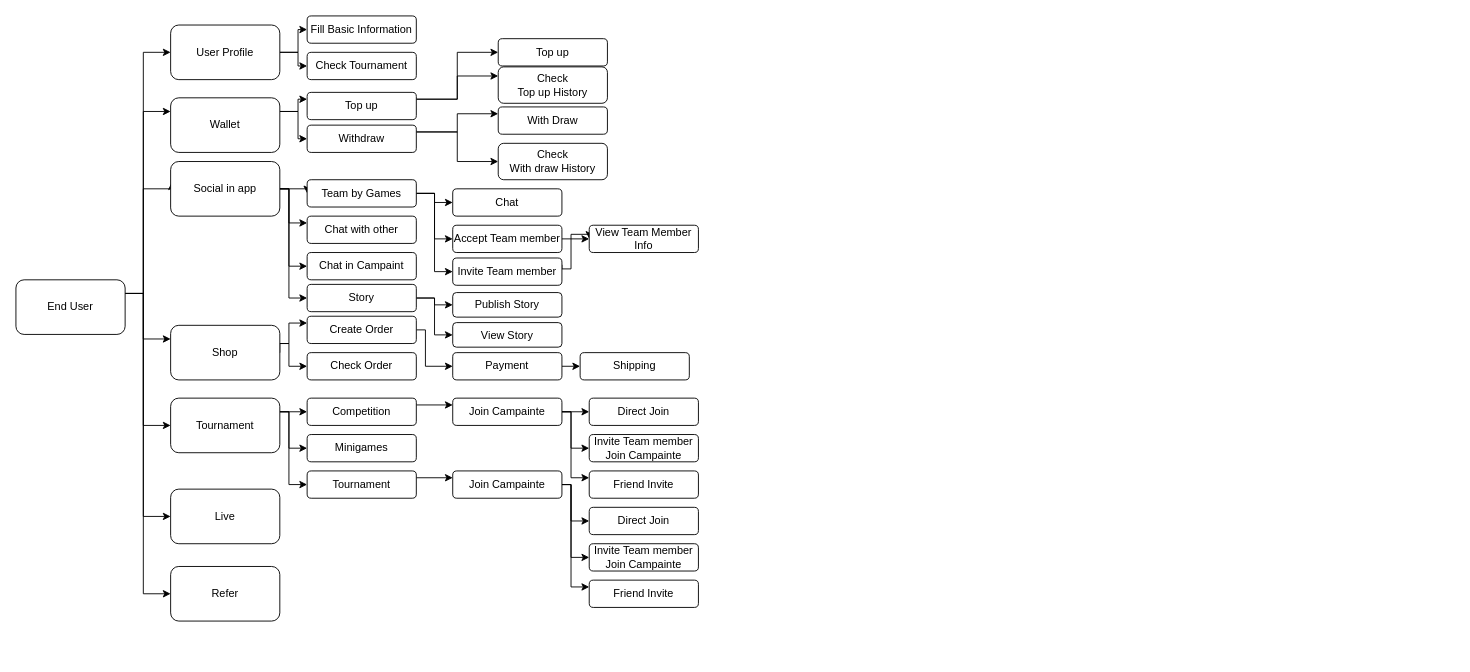
Above: page "user" (1 of 9) of Untitled Diagram.drawio in krtechndesign/facejs (draw.io), before the change. Source tidied: cells renumbered, new cells numbered last; positions are measured from the earlier drawing's top-left corner, leaving out a move shared by most shapes. Both pictures are drawn from the tidied source at 91%, with x=0, y=0 at pixel (15, 15).
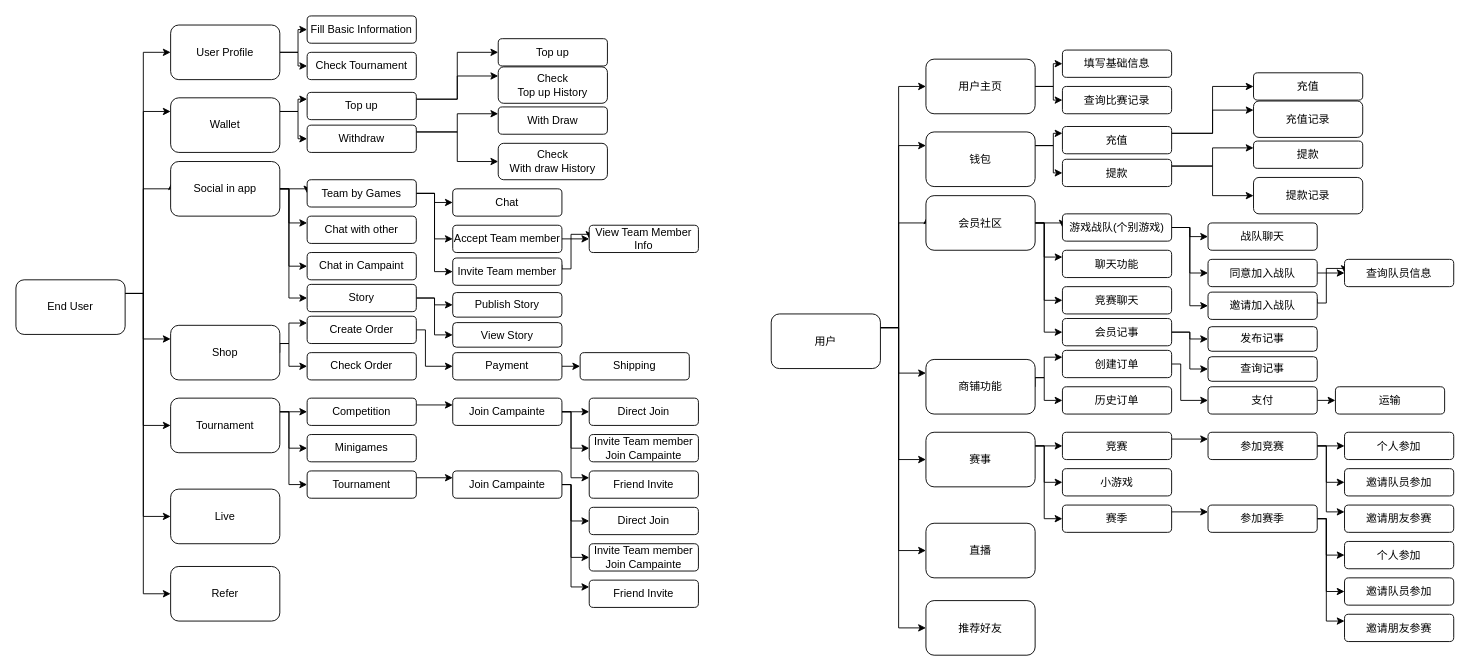
Above is the later version.

Diff of the diagram source:
```diff
@@
+    <mxCell id="84" style="edgeStyle=orthogonalEdgeStyle;rounded=0;jettySize=auto;html=1;exitX=1;exitY=0.25;exitDx=0;exitDy=0;" parent="1" edge="1" source="91" target="94">
+      <mxGeometry relative="1" as="geometry">
+        <Array as="points">
+          <mxPoint x="970" y="342.5" />
+          <mxPoint x="970" y="77.5" />
+        </Array>
+      </mxGeometry>
+    </mxCell>
+    <mxCell id="85" style="edgeStyle=orthogonalEdgeStyle;rounded=0;jettySize=auto;html=1;exitX=1;exitY=0.25;exitDx=0;exitDy=0;entryX=0.011;entryY=0.379;entryDx=0;entryDy=0;entryPerimeter=0;" parent="1" edge="1" source="91" target="104">
+      <mxGeometry relative="1" as="geometry">
+        <Array as="points">
+          <mxPoint x="970" y="342.5" />
+          <mxPoint x="970" y="227.5" />
+          <mxPoint x="1001" y="227.5" />
+        </Array>
+      </mxGeometry>
+    </mxCell>
+    <mxCell id="86" style="edgeStyle=orthogonalEdgeStyle;rounded=0;jettySize=auto;html=1;exitX=1;exitY=0.25;exitDx=0;exitDy=0;entryX=0;entryY=0.25;entryDx=0;entryDy=0;" parent="1" edge="1" source="91" target="119">
+      <mxGeometry relative="1" as="geometry">
+        <Array as="points">
+          <mxPoint x="970" y="342.5" />
+          <mxPoint x="970" y="142.5" />
+        </Array>
+      </mxGeometry>
+    </mxCell>
+    <mxCell id="87" style="edgeStyle=orthogonalEdgeStyle;rounded=0;jettySize=auto;html=1;exitX=1;exitY=0.25;exitDx=0;exitDy=0;entryX=0;entryY=0.25;entryDx=0;entryDy=0;" parent="1" edge="1" source="91" target="127">
+      <mxGeometry relative="1" as="geometry">
+        <Array as="points">
+          <mxPoint x="970" y="342.5" />
+          <mxPoint x="970" y="392.5" />
+        </Array>
+      </mxGeometry>
+    </mxCell>
+    <mxCell id="88" style="edgeStyle=orthogonalEdgeStyle;rounded=0;jettySize=auto;html=1;exitX=1;exitY=0.25;exitDx=0;exitDy=0;entryX=0;entryY=0.5;entryDx=0;entryDy=0;" parent="1" edge="1" source="91" target="143">
+      <mxGeometry relative="1" as="geometry">
+        <Array as="points">
+          <mxPoint x="970" y="342.5" />
+          <mxPoint x="970" y="487.5" />
+        </Array>
+      </mxGeometry>
+    </mxCell>
+    <mxCell id="89" style="edgeStyle=orthogonalEdgeStyle;rounded=0;jettySize=auto;html=1;exitX=1;exitY=0.25;exitDx=0;exitDy=0;entryX=0;entryY=0.5;entryDx=0;entryDy=0;" parent="1" edge="1" source="91" target="163">
+      <mxGeometry relative="1" as="geometry">
+        <Array as="points">
+          <mxPoint x="970" y="342.5" />
+          <mxPoint x="970" y="587.5" />
+        </Array>
+      </mxGeometry>
+    </mxCell>
+    <mxCell id="90" style="edgeStyle=orthogonalEdgeStyle;rounded=0;jettySize=auto;html=1;exitX=1;exitY=0.25;exitDx=0;exitDy=0;entryX=0;entryY=0.5;entryDx=0;entryDy=0;" parent="1" edge="1" source="91" target="165">
+      <mxGeometry relative="1" as="geometry">
+        <Array as="points">
+          <mxPoint x="970" y="342.5" />
+          <mxPoint x="970" y="672.5" />
+        </Array>
+      </mxGeometry>
+    </mxCell>
+    <mxCell id="91" value="用户" style="rounded=1;whiteSpace=wrap;html=1;" parent="1" vertex="1">
+      <mxGeometry x="830" y="327.5" width="120" height="60" as="geometry" />
+    </mxCell>
+    <mxCell id="92" style="edgeStyle=orthogonalEdgeStyle;rounded=0;jettySize=auto;html=1;" parent="1" edge="1" source="94" target="95">
+      <mxGeometry relative="1" as="geometry" />
+    </mxCell>
+    <mxCell id="93" style="edgeStyle=orthogonalEdgeStyle;rounded=0;jettySize=auto;html=1;exitX=1;exitY=0.5;exitDx=0;exitDy=0;entryX=0;entryY=0.5;entryDx=0;entryDy=0;" parent="1" edge="1" source="94" target="164">
+      <mxGeometry relative="1" as="geometry">
+        <Array as="points">
+          <mxPoint x="1140" y="77.5" />
+          <mxPoint x="1140" y="92.5" />
+        </Array>
+      </mxGeometry>
+    </mxCell>
+    <mxCell id="94" value="用户主页" style="rounded=1;whiteSpace=wrap;html=1;" parent="1" vertex="1">
+      <mxGeometry x="1000" y="47.5" width="120" height="60" as="geometry" />
+    </mxCell>
+    <mxCell id="95" value="填写基础信息" style="whiteSpace=wrap;html=1;rounded=1;" parent="1" vertex="1">
+      <mxGeometry x="1150" y="37.5" width="120" height="30" as="geometry" />
+    </mxCell>
+    <mxCell id="96" style="edgeStyle=orthogonalEdgeStyle;rounded=0;jettySize=auto;html=1;exitX=1;exitY=0.25;exitDx=0;exitDy=0;entryX=0;entryY=0.5;entryDx=0;entryDy=0;" parent="1" edge="1" source="98" target="111">
+      <mxGeometry relative="1" as="geometry">
+        <Array as="points">
+          <mxPoint x="1315" y="129.5" />
+          <mxPoint x="1315" y="77.5" />
+        </Array>
+      </mxGeometry>
+    </mxCell>
+    <mxCell id="97" style="edgeStyle=orthogonalEdgeStyle;rounded=0;jettySize=auto;html=1;exitX=1;exitY=0.25;exitDx=0;exitDy=0;entryX=0;entryY=0.25;entryDx=0;entryDy=0;" parent="1" edge="1" source="98" target="99">
+      <mxGeometry relative="1" as="geometry" />
+    </mxCell>
+    <mxCell id="98" value="&lt;span&gt;充值&lt;/span&gt;" style="rounded=1;whiteSpace=wrap;html=1;" parent="1" vertex="1">
+      <mxGeometry x="1150" y="121.5" width="120" height="30" as="geometry" />
+    </mxCell>
+    <mxCell id="99" value="充值记录" style="rounded=1;whiteSpace=wrap;html=1;" parent="1" vertex="1">
+      <mxGeometry x="1360" y="93.5" width="120" height="40" as="geometry" />
+    </mxCell>
+    <mxCell id="100" style="edgeStyle=orthogonalEdgeStyle;rounded=0;jettySize=auto;html=1;exitX=1;exitY=0.5;exitDx=0;exitDy=0;entryX=0;entryY=0.5;entryDx=0;entryDy=0;" parent="1" edge="1" source="104" target="108">
+      <mxGeometry relative="1" as="geometry" />
+    </mxCell>
+    <mxCell id="101" style="edgeStyle=orthogonalEdgeStyle;rounded=0;jettySize=auto;html=1;exitX=1;exitY=0.5;exitDx=0;exitDy=0;entryX=0;entryY=0.25;entryDx=0;entryDy=0;" parent="1" edge="1" source="104" target="109">
+      <mxGeometry relative="1" as="geometry">
+        <Array as="points">
+          <mxPoint x="1130" y="227.5" />
+          <mxPoint x="1130" y="264.5" />
+        </Array>
+      </mxGeometry>
+    </mxCell>
+    <mxCell id="102" style="edgeStyle=orthogonalEdgeStyle;rounded=0;jettySize=auto;html=1;exitX=1;exitY=0.5;exitDx=0;exitDy=0;entryX=0;entryY=0.5;entryDx=0;entryDy=0;" parent="1" edge="1" source="104" target="110">
+      <mxGeometry relative="1" as="geometry">
+        <Array as="points">
+          <mxPoint x="1130" y="227.5" />
+          <mxPoint x="1130" y="312.5" />
+        </Array>
+      </mxGeometry>
+    </mxCell>
+    <mxCell id="103" style="edgeStyle=orthogonalEdgeStyle;rounded=0;jettySize=auto;html=1;exitX=1;exitY=0.5;exitDx=0;exitDy=0;entryX=0;entryY=0.5;entryDx=0;entryDy=0;" parent="1" edge="1" source="104" target="136">
+      <mxGeometry relative="1" as="geometry">
+        <Array as="points">
+          <mxPoint x="1130" y="227.5" />
+          <mxPoint x="1130" y="347.5" />
+        </Array>
+      </mxGeometry>
+    </mxCell>
+    <mxCell id="104" value="会员社区" style="rounded=1;whiteSpace=wrap;html=1;" parent="1" vertex="1">
+      <mxGeometry x="1000" y="197.5" width="120" height="60" as="geometry" />
+    </mxCell>
+    <mxCell id="105" style="edgeStyle=orthogonalEdgeStyle;rounded=0;jettySize=auto;html=1;exitX=1;exitY=0.5;exitDx=0;exitDy=0;entryX=0;entryY=0.5;entryDx=0;entryDy=0;" parent="1" edge="1" source="108" target="120">
+      <mxGeometry relative="1" as="geometry" />
+    </mxCell>
+    <mxCell id="106" style="edgeStyle=orthogonalEdgeStyle;rounded=0;jettySize=auto;html=1;exitX=1;exitY=0.5;exitDx=0;exitDy=0;entryX=0;entryY=0.5;entryDx=0;entryDy=0;" parent="1" edge="1" source="108" target="122">
+      <mxGeometry relative="1" as="geometry" />
+    </mxCell>
+    <mxCell id="107" style="edgeStyle=orthogonalEdgeStyle;rounded=0;jettySize=auto;html=1;exitX=1;exitY=0.5;exitDx=0;exitDy=0;entryX=0;entryY=0.5;entryDx=0;entryDy=0;" parent="1" edge="1" source="108" target="124">
+      <mxGeometry relative="1" as="geometry" />
+    </mxCell>
+    <mxCell id="108" value="游戏战队(个别游戏)" style="rounded=1;whiteSpace=wrap;html=1;" parent="1" vertex="1">
+      <mxGeometry x="1150" y="217.5" width="120" height="30" as="geometry" />
+    </mxCell>
+    <mxCell id="109" value="聊天功能" style="rounded=1;whiteSpace=wrap;html=1;" parent="1" vertex="1">
+      <mxGeometry x="1150" y="257.5" width="120" height="30" as="geometry" />
+    </mxCell>
+    <mxCell id="110" value="竞赛聊天" style="rounded=1;whiteSpace=wrap;html=1;" parent="1" vertex="1">
+      <mxGeometry x="1150" y="297.5" width="120" height="30" as="geometry" />
+    </mxCell>
+    <mxCell id="111" value="充值" style="whiteSpace=wrap;html=1;rounded=1;" parent="1" vertex="1">
+      <mxGeometry x="1360" y="62.5" width="120" height="30" as="geometry" />
+    </mxCell>
+    <mxCell id="112" style="edgeStyle=orthogonalEdgeStyle;rounded=0;jettySize=auto;html=1;exitX=1;exitY=0.25;exitDx=0;exitDy=0;entryX=0;entryY=0.25;entryDx=0;entryDy=0;" parent="1" edge="1" source="114" target="115">
+      <mxGeometry relative="1" as="geometry" />
+    </mxCell>
+    <mxCell id="113" style="edgeStyle=orthogonalEdgeStyle;rounded=0;jettySize=auto;html=1;exitX=1;exitY=0.25;exitDx=0;exitDy=0;entryX=0;entryY=0.5;entryDx=0;entryDy=0;" parent="1" edge="1" source="114" target="116">
+      <mxGeometry relative="1" as="geometry" />
+    </mxCell>
+    <mxCell id="114" value="&lt;span&gt;提款&lt;/span&gt;" style="rounded=1;whiteSpace=wrap;html=1;" parent="1" vertex="1">
+      <mxGeometry x="1150" y="157.5" width="120" height="30" as="geometry" />
+    </mxCell>
+    <mxCell id="115" value="提款" style="whiteSpace=wrap;html=1;rounded=1;" parent="1" vertex="1">
+      <mxGeometry x="1360" y="137.5" width="120" height="30" as="geometry" />
+    </mxCell>
+    <mxCell id="116" value="提款记录" style="rounded=1;whiteSpace=wrap;html=1;" parent="1" vertex="1">
+      <mxGeometry x="1360" y="177.5" width="120" height="40" as="geometry" />
+    </mxCell>
+    <mxCell id="117" style="edgeStyle=orthogonalEdgeStyle;rounded=0;jettySize=auto;html=1;exitX=1;exitY=0.25;exitDx=0;exitDy=0;entryX=0;entryY=0.25;entryDx=0;entryDy=0;" parent="1" edge="1" source="119" target="98">
+      <mxGeometry relative="1" as="geometry">
+        <Array as="points">
+          <mxPoint x="1140" y="142.5" />
+          <mxPoint x="1140" y="129.5" />
+          <mxPoint x="1150" y="129.5" />
+        </Array>
+      </mxGeometry>
+    </mxCell>
+    <mxCell id="118" style="edgeStyle=orthogonalEdgeStyle;rounded=0;jettySize=auto;html=1;exitX=1;exitY=0.25;exitDx=0;exitDy=0;" parent="1" edge="1" source="119" target="114">
+      <mxGeometry relative="1" as="geometry" />
+    </mxCell>
+    <mxCell id="119" value="&lt;span&gt;钱包&lt;/span&gt;" style="rounded=1;whiteSpace=wrap;html=1;" parent="1" vertex="1">
+      <mxGeometry x="1000" y="127.5" width="120" height="60" as="geometry" />
+    </mxCell>
+    <mxCell id="120" value="战队聊天" style="rounded=1;whiteSpace=wrap;html=1;" parent="1" vertex="1">
+      <mxGeometry x="1310" y="227.5" width="120" height="30" as="geometry" />
+    </mxCell>
+    <mxCell id="121" style="edgeStyle=orthogonalEdgeStyle;rounded=0;jettySize=auto;html=1;exitX=1;exitY=0.5;exitDx=0;exitDy=0;entryX=0;entryY=0.5;entryDx=0;entryDy=0;" parent="1" edge="1" source="122" target="137">
+      <mxGeometry relative="1" as="geometry" />
+    </mxCell>
+    <mxCell id="122" value="同意加入战队" style="rounded=1;whiteSpace=wrap;html=1;" parent="1" vertex="1">
+      <mxGeometry x="1310" y="267.5" width="120" height="30" as="geometry" />
+    </mxCell>
+    <mxCell id="123" style="edgeStyle=orthogonalEdgeStyle;rounded=0;jettySize=auto;html=1;exitX=1;exitY=0.25;exitDx=0;exitDy=0;entryX=0;entryY=0.5;entryDx=0;entryDy=0;" parent="1" edge="1" source="124" target="137">
+      <mxGeometry relative="1" as="geometry">
+        <Array as="points">
+          <mxPoint x="1430" y="315.5" />
+          <mxPoint x="1440" y="315.5" />
+          <mxPoint x="1440" y="277.5" />
+          <mxPoint x="1460" y="277.5" />
+        </Array>
+      </mxGeometry>
+    </mxCell>
+    <mxCell id="124" value="邀请加入战队" style="rounded=1;whiteSpace=wrap;html=1;" parent="1" vertex="1">
+      <mxGeometry x="1310" y="303.5" width="120" height="30" as="geometry" />
+    </mxCell>
+    <mxCell id="125" style="edgeStyle=orthogonalEdgeStyle;rounded=0;jettySize=auto;html=1;exitX=1;exitY=0.5;exitDx=0;exitDy=0;entryX=0;entryY=0.25;entryDx=0;entryDy=0;" parent="1" edge="1" source="127" target="129">
+      <mxGeometry relative="1" as="geometry">
+        <Array as="points">
+          <mxPoint x="1120" y="397.5" />
+          <mxPoint x="1130" y="397.5" />
+          <mxPoint x="1130" y="375.5" />
+        </Array>
+      </mxGeometry>
+    </mxCell>
+    <mxCell id="126" style="edgeStyle=orthogonalEdgeStyle;rounded=0;jettySize=auto;html=1;exitX=1;exitY=0.5;exitDx=0;exitDy=0;entryX=0;entryY=0.5;entryDx=0;entryDy=0;" parent="1" edge="1" source="127" target="133">
+      <mxGeometry relative="1" as="geometry">
+        <Array as="points">
+          <mxPoint x="1110" y="397.5" />
+          <mxPoint x="1130" y="397.5" />
+          <mxPoint x="1130" y="422.5" />
+        </Array>
+      </mxGeometry>
+    </mxCell>
+    <mxCell id="127" value="商铺功能" style="rounded=1;whiteSpace=wrap;html=1;" parent="1" vertex="1">
+      <mxGeometry x="1000" y="377.5" width="120" height="60" as="geometry" />
+    </mxCell>
+    <mxCell id="128" style="edgeStyle=orthogonalEdgeStyle;rounded=0;jettySize=auto;html=1;exitX=1;exitY=0.5;exitDx=0;exitDy=0;entryX=0;entryY=0.5;entryDx=0;entryDy=0;" parent="1" edge="1" source="129" target="131">
+      <mxGeometry relative="1" as="geometry">
+        <Array as="points">
+          <mxPoint x="1280" y="382.5" />
+          <mxPoint x="1280" y="422.5" />
+        </Array>
+      </mxGeometry>
+    </mxCell>
+    <mxCell id="129" value="创建订单" style="rounded=1;whiteSpace=wrap;html=1;" parent="1" vertex="1">
+      <mxGeometry x="1150" y="367.5" width="120" height="30" as="geometry" />
+    </mxCell>
+    <mxCell id="130" style="edgeStyle=orthogonalEdgeStyle;rounded=0;jettySize=auto;html=1;exitX=1;exitY=0.5;exitDx=0;exitDy=0;entryX=0;entryY=0.5;entryDx=0;entryDy=0;" parent="1" edge="1" source="131" target="132">
+      <mxGeometry relative="1" as="geometry" />
+    </mxCell>
+    <mxCell id="131" value="支付" style="rounded=1;whiteSpace=wrap;html=1;" parent="1" vertex="1">
+      <mxGeometry x="1310" y="407.5" width="120" height="30" as="geometry" />
+    </mxCell>
+    <mxCell id="132" value="运输" style="rounded=1;whiteSpace=wrap;html=1;" parent="1" vertex="1">
+      <mxGeometry x="1450" y="407.5" width="120" height="30" as="geometry" />
+    </mxCell>
+    <mxCell id="133" value="历史订单" style="rounded=1;whiteSpace=wrap;html=1;" parent="1" vertex="1">
+      <mxGeometry x="1150" y="407.5" width="120" height="30" as="geometry" />
+    </mxCell>
+    <mxCell id="134" style="edgeStyle=orthogonalEdgeStyle;rounded=0;jettySize=auto;html=1;exitX=1;exitY=0.5;exitDx=0;exitDy=0;" parent="1" edge="1" source="136" target="138">
+      <mxGeometry relative="1" as="geometry" />
+    </mxCell>
+    <mxCell id="135" style="edgeStyle=orthogonalEdgeStyle;rounded=0;jettySize=auto;html=1;exitX=1;exitY=0.5;exitDx=0;exitDy=0;entryX=0;entryY=0.5;entryDx=0;entryDy=0;" parent="1" edge="1" source="136" target="139">
+      <mxGeometry relative="1" as="geometry" />
+    </mxCell>
+    <mxCell id="136" value="会员记事" style="rounded=1;whiteSpace=wrap;html=1;" parent="1" vertex="1">
+      <mxGeometry x="1150" y="332.5" width="120" height="30" as="geometry" />
+    </mxCell>
+    <mxCell id="137" value="查询队员信息" style="rounded=1;whiteSpace=wrap;html=1;" parent="1" vertex="1">
+      <mxGeometry x="1460" y="267.5" width="120" height="30" as="geometry" />
+    </mxCell>
+    <mxCell id="138" value="发布记事" style="rounded=1;whiteSpace=wrap;html=1;" parent="1" vertex="1">
+      <mxGeometry x="1310" y="341.5" width="120" height="27" as="geometry" />
+    </mxCell>
+    <mxCell id="139" value="查询记事" style="rounded=1;whiteSpace=wrap;html=1;" parent="1" vertex="1">
+      <mxGeometry x="1310" y="374.5" width="120" height="27" as="geometry" />
+    </mxCell>
+    <mxCell id="140" style="edgeStyle=orthogonalEdgeStyle;rounded=0;jettySize=auto;html=1;exitX=1;exitY=0.25;exitDx=0;exitDy=0;entryX=0;entryY=0.5;entryDx=0;entryDy=0;" parent="1" edge="1" source="143" target="153">
+      <mxGeometry relative="1" as="geometry" />
+    </mxCell>
+    <mxCell id="141" style="edgeStyle=orthogonalEdgeStyle;rounded=0;jettySize=auto;html=1;exitX=1;exitY=0.25;exitDx=0;exitDy=0;entryX=0;entryY=0.5;entryDx=0;entryDy=0;" parent="1" edge="1" source="143" target="151">
+      <mxGeometry relative="1" as="geometry">
+        <Array as="points">
+          <mxPoint x="1130" y="472.5" />
+          <mxPoint x="1130" y="512.5" />
+        </Array>
+      </mxGeometry>
+    </mxCell>
+    <mxCell id="142" style="edgeStyle=orthogonalEdgeStyle;rounded=0;jettySize=auto;html=1;exitX=1;exitY=0.25;exitDx=0;exitDy=0;entryX=0;entryY=0.5;entryDx=0;entryDy=0;" parent="1" edge="1" source="143" target="155">
+      <mxGeometry relative="1" as="geometry">
+        <Array as="points">
+          <mxPoint x="1130" y="472.5" />
+          <mxPoint x="1130" y="552.5" />
+        </Array>
+      </mxGeometry>
+    </mxCell>
+    <mxCell id="143" value="赛事" style="rounded=1;whiteSpace=wrap;html=1;" parent="1" vertex="1">
+      <mxGeometry x="1000" y="457.5" width="120" height="60" as="geometry" />
+    </mxCell>
+    <mxCell id="144" style="edgeStyle=orthogonalEdgeStyle;rounded=0;jettySize=auto;html=1;exitX=1;exitY=0.5;exitDx=0;exitDy=0;entryX=0;entryY=0.5;entryDx=0;entryDy=0;" parent="1" edge="1" source="147" target="148">
+      <mxGeometry relative="1" as="geometry" />
+    </mxCell>
+    <mxCell id="145" style="edgeStyle=orthogonalEdgeStyle;rounded=0;jettySize=auto;html=1;exitX=1;exitY=0.5;exitDx=0;exitDy=0;entryX=0;entryY=0.5;entryDx=0;entryDy=0;" parent="1" edge="1" source="147" target="149">
+      <mxGeometry relative="1" as="geometry">
+        <Array as="points">
+          <mxPoint x="1440" y="472.5" />
+          <mxPoint x="1440" y="512.5" />
+        </Array>
+      </mxGeometry>
+    </mxCell>
+    <mxCell id="146" style="edgeStyle=orthogonalEdgeStyle;rounded=0;jettySize=auto;html=1;exitX=1;exitY=0.5;exitDx=0;exitDy=0;entryX=0;entryY=0.25;entryDx=0;entryDy=0;" parent="1" edge="1" source="147" target="150">
+      <mxGeometry relative="1" as="geometry">
+        <Array as="points">
+          <mxPoint x="1440" y="472.5" />
+          <mxPoint x="1440" y="544.5" />
+        </Array>
+      </mxGeometry>
+    </mxCell>
+    <mxCell id="147" value="参加竞赛" style="rounded=1;whiteSpace=wrap;html=1;" parent="1" vertex="1">
+      <mxGeometry x="1310" y="457.5" width="120" height="30" as="geometry" />
+    </mxCell>
+    <mxCell id="148" value="个人参加" style="rounded=1;whiteSpace=wrap;html=1;" parent="1" vertex="1">
+      <mxGeometry x="1460" y="457.5" width="120" height="30" as="geometry" />
+    </mxCell>
+    <mxCell id="149" value="邀请队员参加" style="rounded=1;whiteSpace=wrap;html=1;" parent="1" vertex="1">
+      <mxGeometry x="1460" y="497.5" width="120" height="30" as="geometry" />
+    </mxCell>
+    <mxCell id="150" value="邀请朋友参赛" style="rounded=1;whiteSpace=wrap;html=1;" parent="1" vertex="1">
+      <mxGeometry x="1460" y="537.5" width="120" height="30" as="geometry" />
+    </mxCell>
+    <mxCell id="151" value="小游戏" style="rounded=1;whiteSpace=wrap;html=1;" parent="1" vertex="1">
+      <mxGeometry x="1150" y="497.5" width="120" height="30" as="geometry" />
+    </mxCell>
+    <mxCell id="152" style="edgeStyle=orthogonalEdgeStyle;rounded=0;jettySize=auto;html=1;exitX=1;exitY=0.25;exitDx=0;exitDy=0;entryX=0;entryY=0.25;entryDx=0;entryDy=0;" parent="1" edge="1" source="153" target="147">
+      <mxGeometry relative="1" as="geometry" />
+    </mxCell>
+    <mxCell id="153" value="竞赛" style="rounded=1;whiteSpace=wrap;html=1;" parent="1" vertex="1">
+      <mxGeometry x="1150" y="457.5" width="120" height="30" as="geometry" />
+    </mxCell>
+    <mxCell id="154" style="edgeStyle=orthogonalEdgeStyle;rounded=0;jettySize=auto;html=1;exitX=1;exitY=0.25;exitDx=0;exitDy=0;entryX=0;entryY=0.25;entryDx=0;entryDy=0;" parent="1" edge="1" source="155" target="159">
+      <mxGeometry relative="1" as="geometry" />
+    </mxCell>
+    <mxCell id="155" value="赛季" style="rounded=1;whiteSpace=wrap;html=1;" parent="1" vertex="1">
+      <mxGeometry x="1150" y="537.5" width="120" height="30" as="geometry" />
+    </mxCell>
+    <mxCell id="156" style="edgeStyle=orthogonalEdgeStyle;rounded=0;jettySize=auto;html=1;exitX=1;exitY=0.5;exitDx=0;exitDy=0;entryX=0;entryY=0.5;entryDx=0;entryDy=0;" parent="1" edge="1" source="159" target="160">
+      <mxGeometry relative="1" as="geometry">
+        <Array as="points">
+          <mxPoint x="1440" y="552.5" />
+          <mxPoint x="1440" y="592.5" />
+        </Array>
+      </mxGeometry>
+    </mxCell>
+    <mxCell id="157" style="edgeStyle=orthogonalEdgeStyle;rounded=0;jettySize=auto;html=1;exitX=1;exitY=0.5;exitDx=0;exitDy=0;entryX=0;entryY=0.5;entryDx=0;entryDy=0;" parent="1" edge="1" source="159" target="161">
+      <mxGeometry relative="1" as="geometry">
+        <Array as="points">
+          <mxPoint x="1440" y="552.5" />
+          <mxPoint x="1440" y="632.5" />
+        </Array>
+      </mxGeometry>
+    </mxCell>
+    <mxCell id="158" style="edgeStyle=orthogonalEdgeStyle;rounded=0;jettySize=auto;html=1;exitX=1;exitY=0.5;exitDx=0;exitDy=0;entryX=0;entryY=0.25;entryDx=0;entryDy=0;" parent="1" edge="1" source="159" target="162">
+      <mxGeometry relative="1" as="geometry">
+        <Array as="points">
+          <mxPoint x="1440" y="552.5" />
+          <mxPoint x="1440" y="664.5" />
+        </Array>
+      </mxGeometry>
+    </mxCell>
+    <mxCell id="159" value="参加赛季" style="rounded=1;whiteSpace=wrap;html=1;" parent="1" vertex="1">
+      <mxGeometry x="1310" y="537.5" width="120" height="30" as="geometry" />
+    </mxCell>
+    <mxCell id="160" value="个人参加" style="rounded=1;whiteSpace=wrap;html=1;" parent="1" vertex="1">
+      <mxGeometry x="1460" y="577.5" width="120" height="30" as="geometry" />
+    </mxCell>
+    <mxCell id="161" value="邀请队员参加" style="rounded=1;whiteSpace=wrap;html=1;" parent="1" vertex="1">
+      <mxGeometry x="1460" y="617.5" width="120" height="30" as="geometry" />
+    </mxCell>
+    <mxCell id="162" value="邀请朋友参赛" style="rounded=1;whiteSpace=wrap;html=1;" parent="1" vertex="1">
+      <mxGeometry x="1460" y="657.5" width="120" height="30" as="geometry" />
+    </mxCell>
+    <mxCell id="163" value="直播" style="rounded=1;whiteSpace=wrap;html=1;" parent="1" vertex="1">
+      <mxGeometry x="1000" y="557.5" width="120" height="60" as="geometry" />
+    </mxCell>
+    <mxCell id="164" value="查询比赛记录" style="whiteSpace=wrap;html=1;rounded=1;" parent="1" vertex="1">
+      <mxGeometry x="1150" y="77.5" width="120" height="30" as="geometry" />
+    </mxCell>
+    <mxCell id="165" value="推荐好友" style="rounded=1;whiteSpace=wrap;html=1;" parent="1" vertex="1">
+      <mxGeometry x="1000" y="642.5" width="120" height="60" as="geometry" />
+    </mxCell>
```
